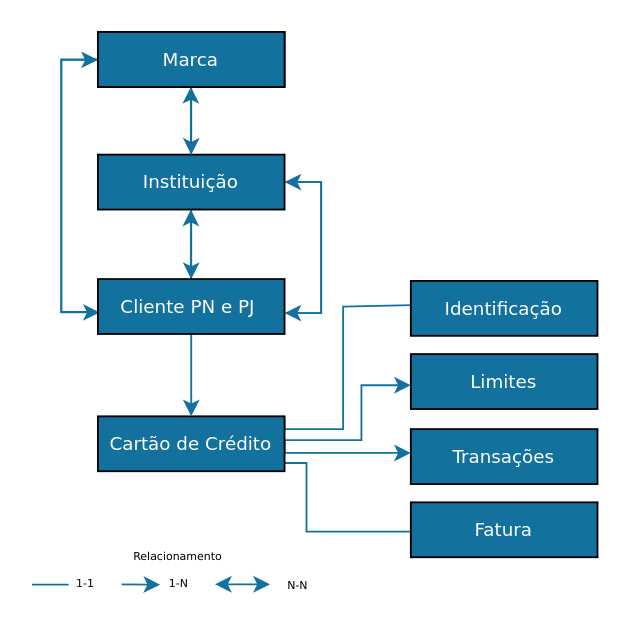
The draw.io diagram draw_io_diagrams/credit_cards/DER_CreditCardAccount.drawio in OpenBanking-Brasil/areadesenvolvedor, before the edit. Source tidied: cells renumbered, new cells numbered last; positions are measured from the earlier drawing's top-left corner, leaving out a move shared by most shapes. Both pictures are drawn from the tidied source at 183%, with x=0, y=0 at pixel (31, 31).
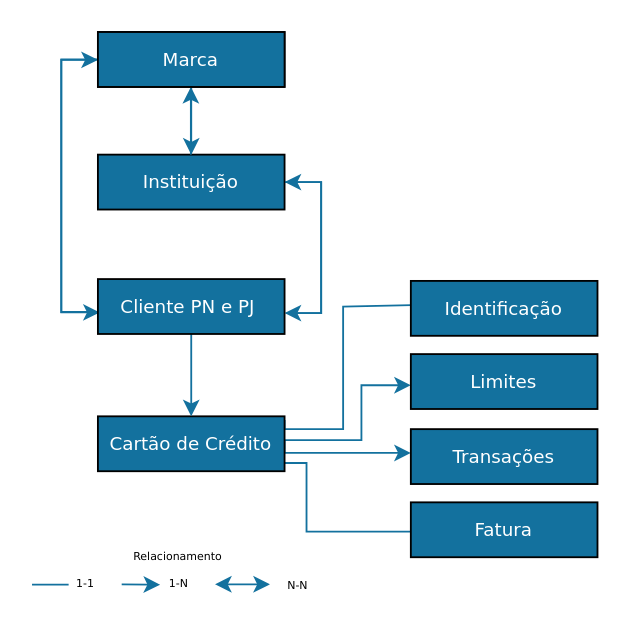
The same page after the edit.

The change refers to these unchanged cells:
```xml
<mxCell id="10" value="&lt;font face=&quot;Verdana&quot; style=&quot;font-size: 10px&quot; color=&quot;#ffffff&quot;&gt;Instituição&lt;/font&gt;" style="rounded=0;whiteSpace=wrap;html=1;fillColor=#13719E;strokeColor=#000000;flipV=1;" parent="1" vertex="1">
  <mxGeometry x="36" y="67" width="102" height="30" as="geometry" />
</mxCell>
<mxCell id="31" value="&lt;font face=&quot;Verdana&quot; style=&quot;font-size: 10px&quot; color=&quot;#ffffff&quot;&gt;Cliente PN e PJ&amp;nbsp;&lt;/font&gt;" style="rounded=0;whiteSpace=wrap;html=1;fillColor=#13719E;strokeColor=#000000;flipV=1;" parent="1" vertex="1">
  <mxGeometry x="36" y="135" width="102" height="30" as="geometry" />
</mxCell>
```

The edit, as a diff of the source:
```diff
@@
-    <mxCell id="8" style="edgeStyle=orthogonalEdgeStyle;rounded=0;jettySize=auto;html=1;exitX=0.5;exitY=1;exitDx=0;exitDy=0;entryX=0.5;entryY=0;entryDx=0;entryDy=0;strokeColor=#13719E;" parent="1" edge="1" source="10" target="31">
-      <mxGeometry relative="1" as="geometry" />
-    </mxCell>
@@
-    <mxCell id="28" style="edgeStyle=orthogonalEdgeStyle;rounded=0;orthogonalLoop=1;jettySize=auto;html=1;exitX=0.5;exitY=1;exitDx=0;exitDy=0;entryX=0.5;entryY=0;entryDx=0;entryDy=0;strokeColor=#13719E;" parent="1" edge="1">
-      <mxGeometry relative="1" as="geometry">
-        <mxPoint x="86.8" y="135" as="sourcePoint" />
-        <mxPoint x="86.8" y="97" as="targetPoint" />
-        <Array as="points">
-          <mxPoint x="86.8" y="120" />
-          <mxPoint x="86.8" y="120" />
-        </Array>
-      </mxGeometry>
-    </mxCell>
```
